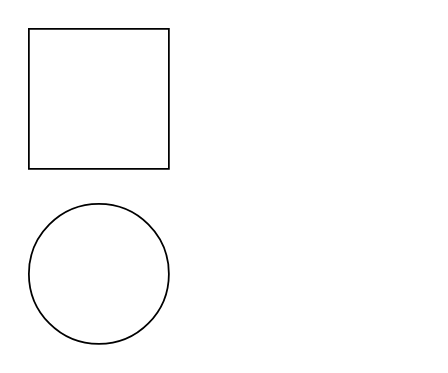
This is 未命名表单.drawio from ymm97/draw, a draw.io file, before an edit. Source tidied: cells renumbered, new cells numbered last; positions are measured from the earlier drawing's top-left corner, leaving out a move shared by most shapes. Both pictures are drawn from the tidied source at 175%, with x=0, y=0 at pixel (28, 28).
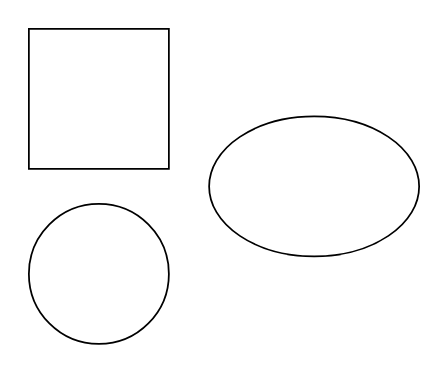
The same diagram, later.

Commit message:
更新未命名表单.drawio

Change to the diagram source:
```diff
@@
 <mxGraphModel>
   <root>
     <mxCell id="0" />
     <mxCell id="1" parent="0" />
     <mxCell id="2" style="whiteSpace=wrap;html=1;" parent="1" vertex="1">
       <mxGeometry width="80" height="80" as="geometry" />
     </mxCell>
     <mxCell id="3" style="ellipse;whiteSpace=wrap;html=1;" parent="1" vertex="1">
       <mxGeometry y="100" width="80" height="80" as="geometry" />
     </mxCell>
+    <mxCell id="4" style="ellipse;whiteSpace=wrap;html=1;" parent="1" vertex="1">
+      <mxGeometry x="103" y="50" width="120" height="80" as="geometry" />
+    </mxCell>
   </root>
 </mxGraphModel>
```
